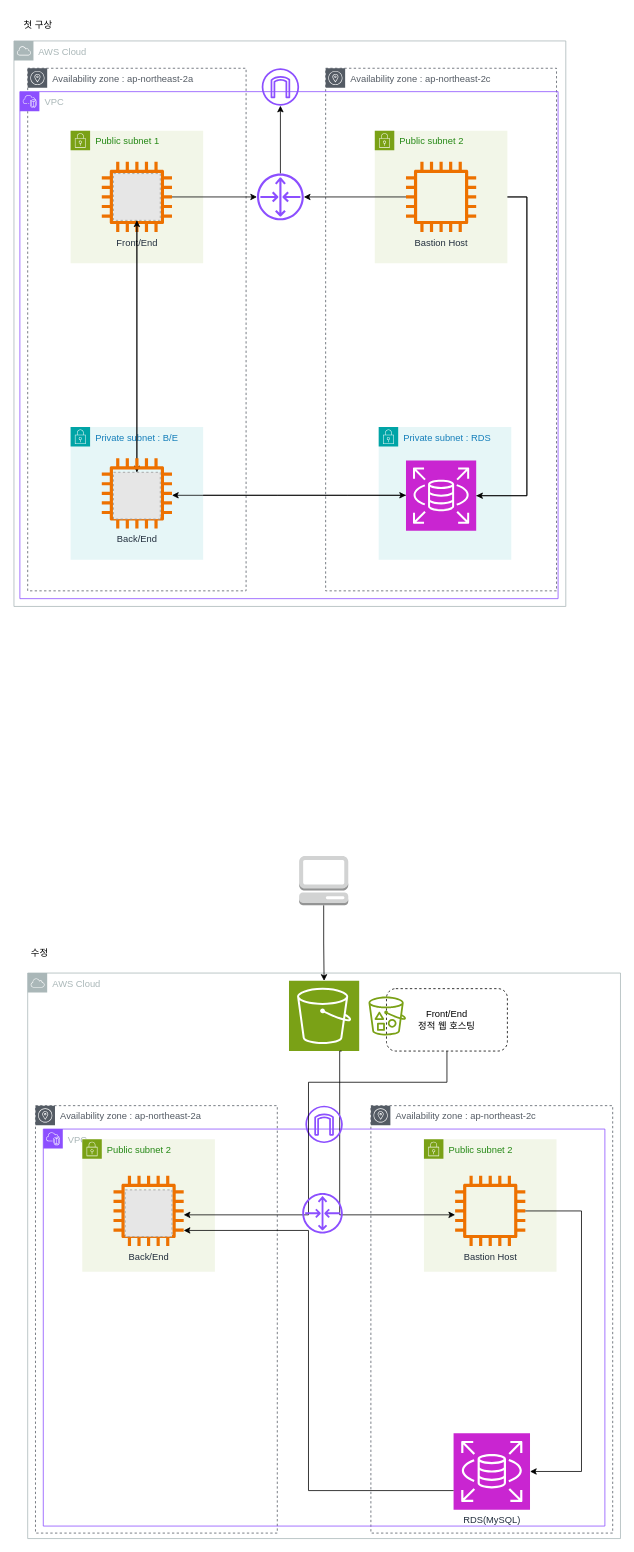
Before: 미니프로젝트-3 다이어그램.drawio in moonjichan/sesac_mini_3, a draw.io diagram. Source tidied: cells renumbered, new cells numbered last; positions are measured from the earlier drawing's top-left corner, leaving out a move shared by most shapes. Both pictures are drawn from the tidied source at 78%, with x=0, y=0 at pixel (13, 13). Pictures stored in the file or linked from it are replaced by grey dashed boxes.
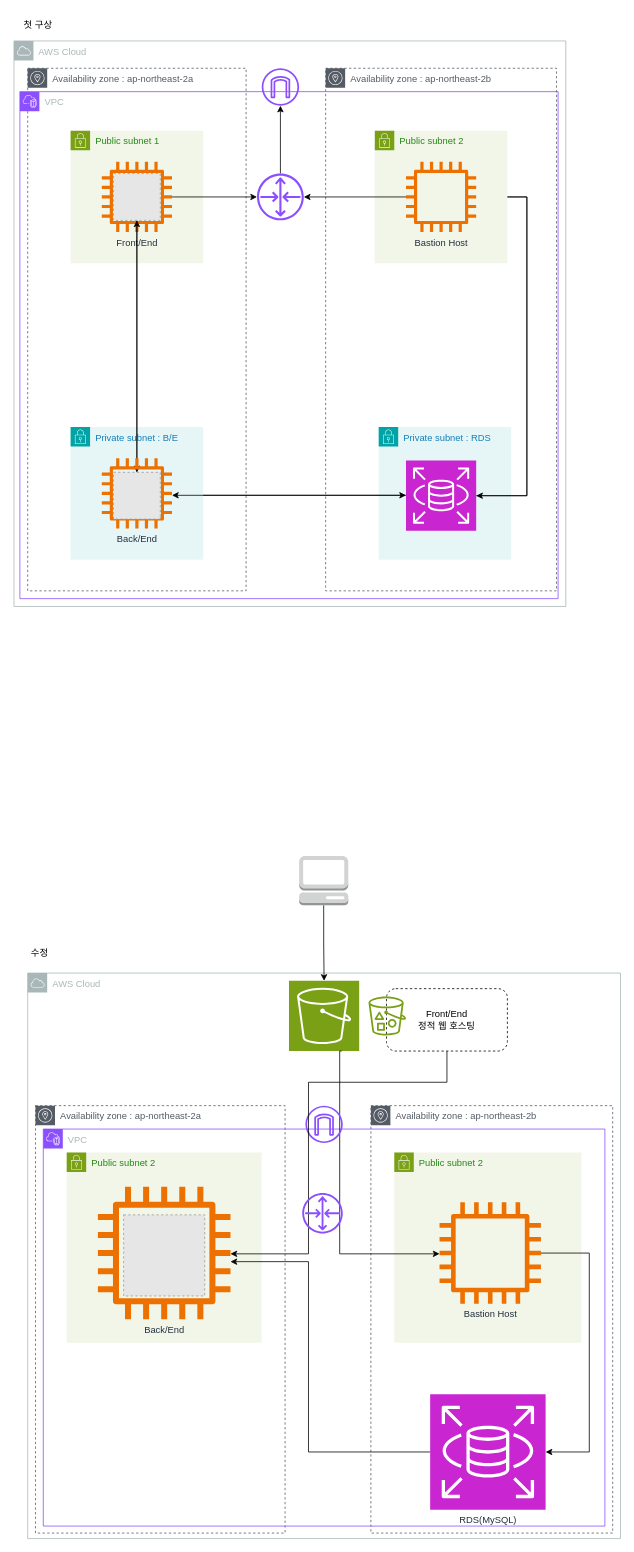
The same page after the edit.

Commit message:
미니프로젝트-3 다이어그램.drawio 업데이트

Unchanged cells that the change refers to:
```xml
<mxCell id="36" style="sketch=0;points=[[0,0,0],[0.25,0,0],[0.5,0,0],[0.75,0,0],[1,0,0],[0,1,0],[0.25,1,0],[0.5,1,0],[0.75,1,0],[1,1,0],[0,0.25,0],[0,0.5,0],[0,0.75,0],[1,0.25,0],[1,0.5,0],[1,0.75,0]];outlineConnect=0;fontColor=#232F3E;fillColor=#7AA116;strokeColor=#ffffff;dashed=0;verticalLabelPosition=bottom;verticalAlign=top;align=center;html=1;fontSize=12;fontStyle=0;shape=mxgraph.aws4.resourceIcon;resIcon=mxgraph.aws4.s3;" parent="1" vertex="1">
  <mxGeometry x="353" y="1240" width="90" height="90" as="geometry" />
</mxCell>
<mxCell id="44" value="Front/End&lt;div&gt;정적 웹 호스팅&lt;/div&gt;" style="rounded=1;whiteSpace=wrap;html=1;glass=0;dashed=1;" parent="1" vertex="1">
  <mxGeometry x="478" y="1250" width="155" height="80" as="geometry" />
</mxCell>
```

What changed in the source:
```diff
@@
+    <mxCell id="5" value="AWS Cloud" style="sketch=0;gradientColor=none;html=1;whiteSpace=wrap;fontSize=12;fontStyle=0;shape=mxgraph.aws4.group;grIcon=mxgraph.aws4.group_aws_cloud;strokeColor=#AAB7B8;fillColor=none;verticalAlign=top;align=left;spacingLeft=30;fontColor=#AAB7B8;dashed=0;" parent="1" vertex="1">
+      <mxGeometry x="0.4" y="35" width="707.5" height="725" as="geometry" />
+    </mxCell>
-    <mxCell id="2" value="Availability zone : ap-northeast-2c" style="sketch=0;gradientColor=none;html=1;whiteSpace=wrap;fontSize=12;fontStyle=0;shape=mxgraph.aws4.group;grIcon=mxgraph.aws4.group_availability_zone;strokeColor=#545B64;fillColor=none;verticalAlign=top;align=left;spacingLeft=30;fontColor=#545B64;dashed=1;" parent="1" vertex="1">
+    <mxCell id="2" value="Availability zone : ap-northeast-2b" style="sketch=0;gradientColor=none;html=1;whiteSpace=wrap;fontSize=12;fontStyle=0;shape=mxgraph.aws4.group;grIcon=mxgraph.aws4.group_availability_zone;strokeColor=#545B64;fillColor=none;verticalAlign=top;align=left;spacingLeft=30;fontColor=#545B64;dashed=1;" parent="1" vertex="1">
       <mxGeometry x="458" y="1400" width="310" height="548" as="geometry" />
     </mxCell>
+    <mxCell id="4" value="AWS Cloud" style="sketch=0;gradientColor=none;html=1;whiteSpace=wrap;fontSize=12;fontStyle=0;shape=mxgraph.aws4.group;grIcon=mxgraph.aws4.group_aws_cloud;strokeColor=#AAB7B8;fillColor=none;verticalAlign=top;align=left;spacingLeft=30;fontColor=#AAB7B8;dashed=0;" parent="1" vertex="1">
+      <mxGeometry x="18" y="1230" width="760" height="725" as="geometry" />
+    </mxCell>
-    <mxCell id="3" value="Availability zone : ap-northeast-2c" style="sketch=0;gradientColor=none;html=1;whiteSpace=wrap;fontSize=12;fontStyle=0;shape=mxgraph.aws4.group;grIcon=mxgraph.aws4.group_availability_zone;strokeColor=#545B64;fillColor=none;verticalAlign=top;align=left;spacingLeft=30;fontColor=#545B64;dashed=1;" parent="1" vertex="1">
+    <mxCell id="3" value="Availability zone : ap-northeast-2b" style="sketch=0;gradientColor=none;html=1;whiteSpace=wrap;fontSize=12;fontStyle=0;shape=mxgraph.aws4.group;grIcon=mxgraph.aws4.group_availability_zone;strokeColor=#545B64;fillColor=none;verticalAlign=top;align=left;spacingLeft=30;fontColor=#545B64;dashed=1;" parent="1" vertex="1">
       <mxGeometry x="400" y="70" width="296" height="670" as="geometry" />
     </mxCell>
-    <mxCell id="4" value="AWS Cloud" style="sketch=0;gradientColor=none;html=1;whiteSpace=wrap;fontSize=12;fontStyle=0;shape=mxgraph.aws4.group;grIcon=mxgraph.aws4.group_aws_cloud;strokeColor=#AAB7B8;fillColor=none;verticalAlign=top;align=left;spacingLeft=30;fontColor=#AAB7B8;dashed=0;" parent="1" vertex="1">
-      <mxGeometry x="18" y="1230" width="760" height="725" as="geometry" />
-    </mxCell>
-    <mxCell id="5" value="AWS Cloud" style="sketch=0;gradientColor=none;html=1;whiteSpace=wrap;fontSize=12;fontStyle=0;shape=mxgraph.aws4.group;grIcon=mxgraph.aws4.group_aws_cloud;strokeColor=#AAB7B8;fillColor=none;verticalAlign=top;align=left;spacingLeft=30;fontColor=#AAB7B8;dashed=0;" parent="1" vertex="1">
-      <mxGeometry x="0.4" y="35" width="707.5" height="725" as="geometry" />
-    </mxCell>
@@
     <mxCell id="15" value="Availability zone : ap-northeast-2a" style="sketch=0;gradientColor=none;html=1;whiteSpace=wrap;fontSize=12;fontStyle=0;shape=mxgraph.aws4.group;grIcon=mxgraph.aws4.group_availability_zone;strokeColor=#545B64;fillColor=none;verticalAlign=top;align=left;spacingLeft=30;fontColor=#545B64;dashed=1;" parent="1" vertex="1">
-      <mxGeometry x="28" y="1400" width="310" height="548" as="geometry" />
+      <mxGeometry x="28" y="1400" width="320" height="548" as="geometry" />
     </mxCell>
@@
     <mxCell id="33" value="RDS(MySQL)" style="sketch=0;points=[[0,0,0],[0.25,0,0],[0.5,0,0],[0.75,0,0],[1,0,0],[0,1,0],[0.25,1,0],[0.5,1,0],[0.75,1,0],[1,1,0],[0,0.25,0],[0,0.5,0],[0,0.75,0],[1,0.25,0],[1,0.5,0],[1,0.75,0]];outlineConnect=0;fontColor=#232F3E;fillColor=#C925D1;strokeColor=#ffffff;dashed=0;verticalLabelPosition=bottom;verticalAlign=top;align=center;html=1;fontSize=12;fontStyle=0;shape=mxgraph.aws4.resourceIcon;resIcon=mxgraph.aws4.rds;" parent="1" vertex="1">
-      <mxGeometry x="564" y="1820" width="98" height="98" as="geometry" />
+      <mxGeometry x="534" y="1770" width="148" height="148" as="geometry" />
     </mxCell>
     <mxCell id="34" value="Public subnet 2" style="gradientColor=none;html=1;whiteSpace=wrap;fontSize=12;fontStyle=0;shape=mxgraph.aws4.group;grIcon=mxgraph.aws4.group_security_group;grStroke=0;strokeColor=#7AA116;fillColor=#F2F6E8;verticalAlign=top;align=left;spacingLeft=30;fontColor=#248814;dashed=0;" parent="1" vertex="1">
-      <mxGeometry x="526" y="1443" width="170" height="170" as="geometry" />
+      <mxGeometry x="488" y="1460" width="240" height="244" as="geometry" />
     </mxCell>
     <mxCell id="35" value="Public subnet 2" style="gradientColor=none;html=1;whiteSpace=wrap;fontSize=12;fontStyle=0;shape=mxgraph.aws4.group;grIcon=mxgraph.aws4.group_security_group;grStroke=0;strokeColor=#7AA116;fillColor=#F2F6E8;verticalAlign=top;align=left;spacingLeft=30;fontColor=#248814;dashed=0;" parent="1" vertex="1">
-      <mxGeometry x="88" y="1443" width="170" height="170" as="geometry" />
+      <mxGeometry x="68" y="1460" width="250" height="244" as="geometry" />
     </mxCell>
@@
     <mxCell id="37" style="edgeStyle=orthogonalEdgeStyle;rounded=0;jettySize=auto;html=1;exitX=0.75;exitY=1;exitDx=0;exitDy=0;exitPerimeter=0;" parent="1" edge="1" source="36" target="39">
       <mxGeometry relative="1" as="geometry">
         <Array as="points">
           <mxPoint x="418" y="1330" />
-          <mxPoint x="418" y="1540" />
+          <mxPoint x="418" y="1590" />
         </Array>
       </mxGeometry>
     </mxCell>
@@
     <mxCell id="39" value="Bastion Host" style="sketch=0;outlineConnect=0;fontColor=#232F3E;gradientColor=none;fillColor=#ED7100;strokeColor=none;dashed=0;verticalLabelPosition=bottom;verticalAlign=top;align=center;html=1;fontSize=12;fontStyle=0;shape=mxgraph.aws4.instance2;" parent="1" vertex="1">
-      <mxGeometry x="566" y="1490" width="90" height="90" as="geometry" />
+      <mxGeometry x="546" y="1524" width="130" height="130" as="geometry" />
     </mxCell>
@@
     <mxCell id="42" style="edgeStyle=orthogonalEdgeStyle;rounded=0;jettySize=auto;html=1;entryX=1;entryY=0.5;entryDx=0;entryDy=0;entryPerimeter=0;" parent="1" edge="1" source="39" target="33">
       <mxGeometry relative="1" as="geometry">
         <Array as="points">
-          <mxPoint x="728" y="1535" />
-          <mxPoint x="728" y="1869" />
+          <mxPoint x="738" y="1589" />
+          <mxPoint x="738" y="1844" />
         </Array>
       </mxGeometry>
     </mxCell>
     <mxCell id="43" style="edgeStyle=orthogonalEdgeStyle;rounded=0;jettySize=auto;html=1;" parent="1" edge="1" source="44" target="47">
       <mxGeometry relative="1" as="geometry">
         <Array as="points">
           <mxPoint x="556" y="1370" />
           <mxPoint x="378" y="1370" />
-          <mxPoint x="378" y="1540" />
+          <mxPoint x="378" y="1590" />
         </Array>
       </mxGeometry>
     </mxCell>
@@
-    <mxCell id="46" style="edgeStyle=orthogonalEdgeStyle;rounded=0;jettySize=auto;html=1;exitX=0;exitY=0.75;exitDx=0;exitDy=0;exitPerimeter=0;" parent="1" edge="1" source="33" target="47">
+    <mxCell id="46" style="edgeStyle=orthogonalEdgeStyle;rounded=0;jettySize=auto;html=1;exitX=0;exitY=0.5;exitDx=0;exitDy=0;exitPerimeter=0;" parent="1" edge="1" source="33" target="47">
       <mxGeometry relative="1" as="geometry">
         <Array as="points">
-          <mxPoint x="378" y="1894" />
-          <mxPoint x="378" y="1560" />
+          <mxPoint x="378" y="1844" />
+          <mxPoint x="378" y="1600" />
         </Array>
       </mxGeometry>
     </mxCell>
     <mxCell id="47" value="Back/End" style="sketch=0;outlineConnect=0;fontColor=#232F3E;gradientColor=none;fillColor=#ED7100;strokeColor=none;dashed=0;verticalLabelPosition=bottom;verticalAlign=top;align=center;html=1;fontSize=12;fontStyle=0;shape=mxgraph.aws4.instance2;" parent="1" vertex="1">
-      <mxGeometry x="128" y="1490" width="90" height="90" as="geometry" />
+      <mxGeometry x="108" y="1504" width="170" height="170" as="geometry" />
     </mxCell>
     <mxCell id="48" style="fillColor=#E6E6E6;strokeColor=#999999;dashed=1;html=1;verticalAlign=top;verticalLabelPosition=bottom;labelBackgroundColor=#ffffff;" parent="1" vertex="1">
-      <mxGeometry x="143" y="1508" width="60" height="60" as="geometry" />
+      <mxGeometry x="141" y="1540" width="104" height="104" as="geometry" />
     </mxCell>
```
